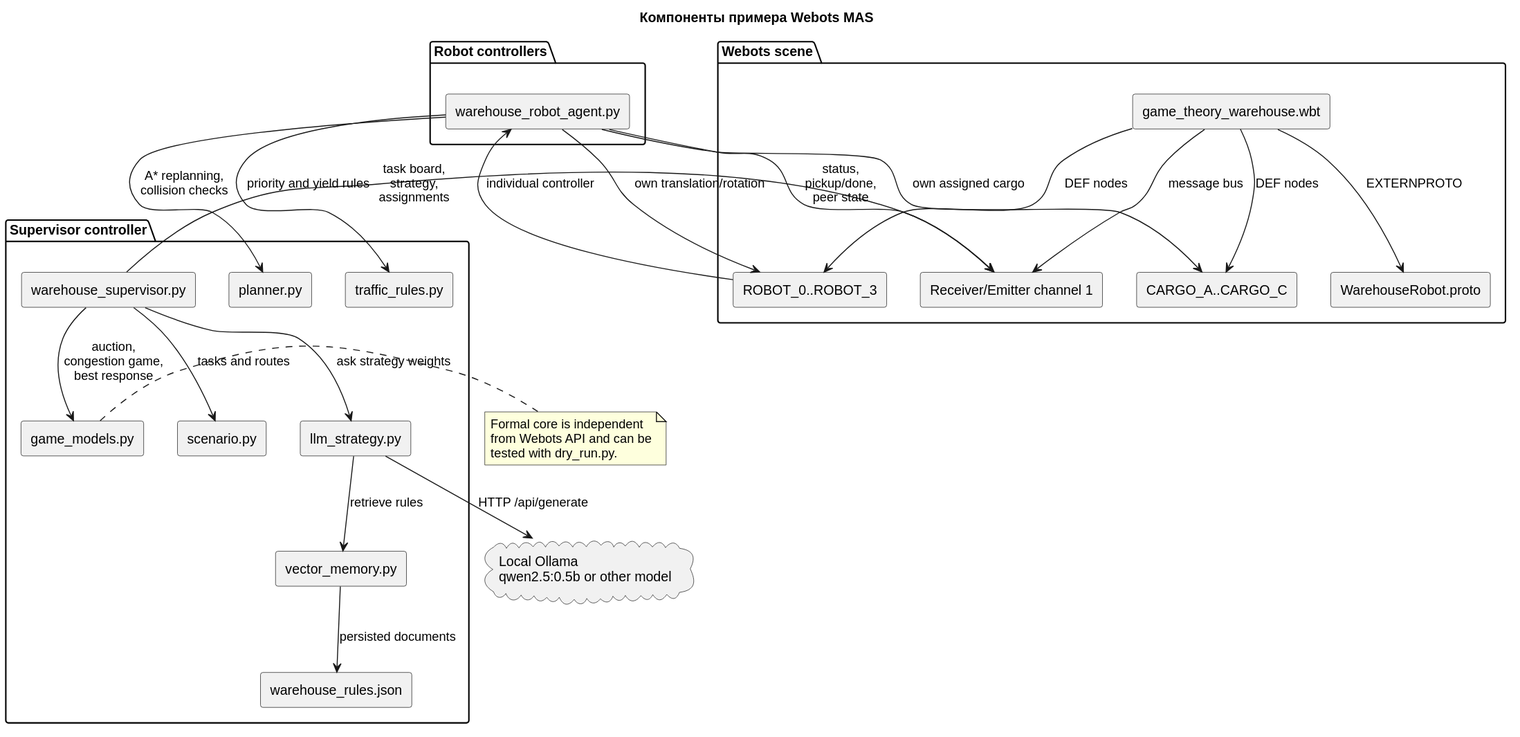
This is ml_course_ru/semester_2/lecture_04_multiagent_systems/webots_game_theory_warehouse/docs/diagrams/components.svg from ulstu/ml, a PlantUML export, as it was before one commit. Its diagram source:
```plantuml
@startuml
skinparam componentStyle rectangle
skinparam shadowing false
skinparam backgroundColor #FFFFFF
skinparam defaultFontName Arial
skinparam packageTitleAlignment left

title Компоненты примера Webots MAS

package "Webots scene" {
  [game_theory_warehouse.wbt] as world
  [WarehouseRobot.proto] as proto
  [ROBOT_0..ROBOT_3] as robots
  [CARGO_A..CARGO_C] as cargos
  [Receiver/Emitter channel 1] as network
}

package "Supervisor controller" {
  [warehouse_supervisor.py] as supervisor
  [scenario.py] as scenario
  [game_models.py] as models
  [llm_strategy.py] as llm
  [vector_memory.py] as vectormemory
  [warehouse_rules.json] as rules
  [planner.py] as planner
  [traffic_rules.py] as traffic
}

package "Robot controllers" {
  [warehouse_robot_agent.py] as agent
}

cloud "Local Ollama\nqwen2.5:0.5b or other model" as ollama

world --> proto : EXTERNPROTO
world --> robots : DEF nodes
world --> cargos : DEF nodes
world --> network : message bus
robots --> agent : individual controller

supervisor --> network : task board,\nstrategy,\nassignments
agent --> network : status,\npickup/done,\npeer state
agent --> robots : own translation/rotation
agent --> cargos : own assigned cargo
supervisor --> scenario : tasks and routes
supervisor --> models : auction,\ncongestion game,\nbest response
supervisor --> llm : ask strategy weights
agent --> planner : A* replanning,\ncollision checks
agent --> traffic : priority and yield rules
llm --> ollama : HTTP /api/generate
llm --> vectormemory : retrieve rules
vectormemory --> rules : persisted documents

note right of models
Formal core is independent
from Webots API and can be
tested with dry_run.py.
end note
@enduml
```
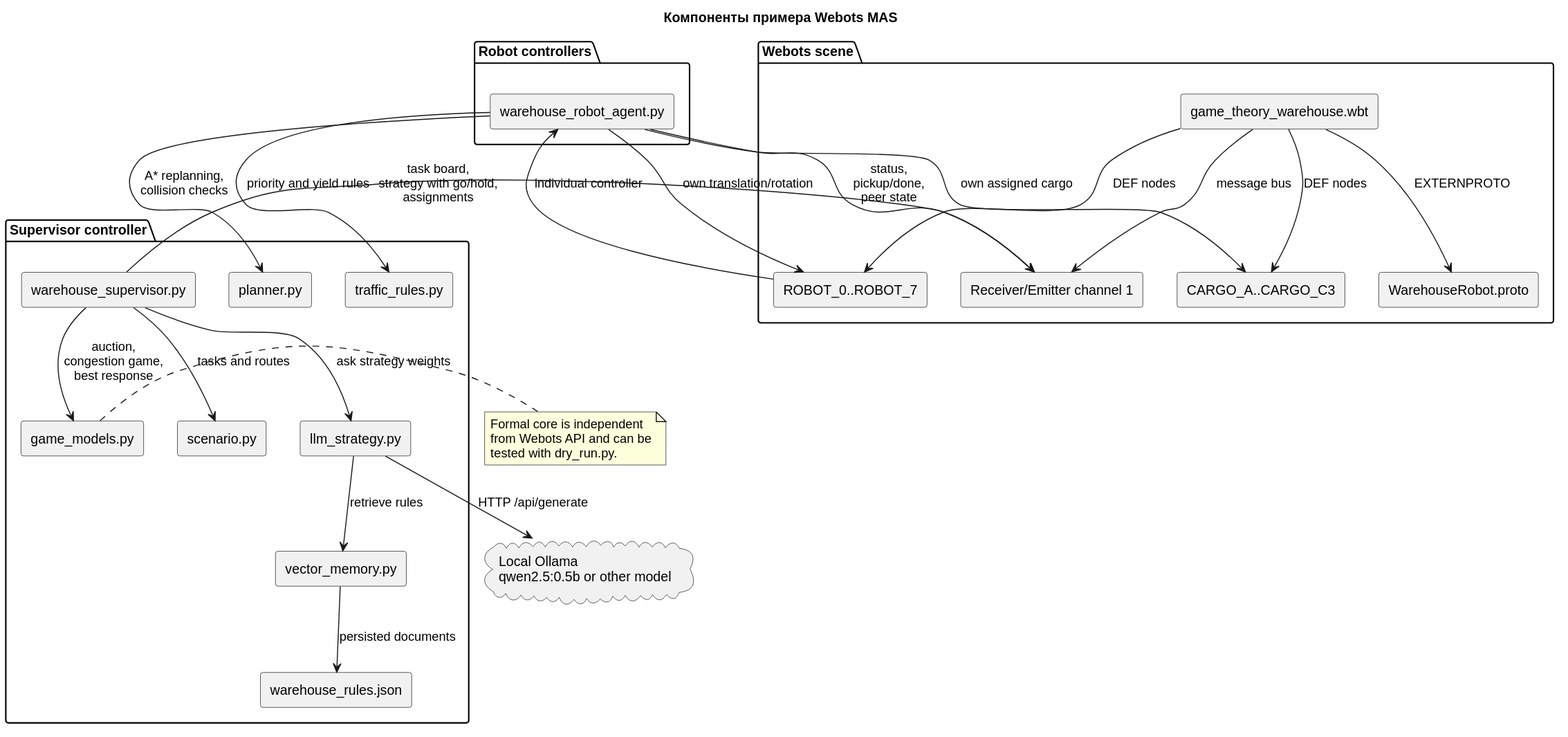
Later version of the same file.

Change to the diagram source:
```diff
@@ -10,8 +10,8 @@
 package "Webots scene" {
   [game_theory_warehouse.wbt] as world
   [WarehouseRobot.proto] as proto
-  [ROBOT_0..ROBOT_3] as robots
-  [CARGO_A..CARGO_C] as cargos
+  [ROBOT_0..ROBOT_7] as robots
+  [CARGO_A..CARGO_C3] as cargos
   [Receiver/Emitter channel 1] as network
 }
 
@@ -38,7 +38,7 @@
 world --> network : message bus
 robots --> agent : individual controller
 
-supervisor --> network : task board,\nstrategy,\nassignments
+supervisor --> network : task board,\nstrategy with go/hold,\nassignments
 agent --> network : status,\npickup/done,\npeer state
 agent --> robots : own translation/rotation
 agent --> cargos : own assigned cargo
```
